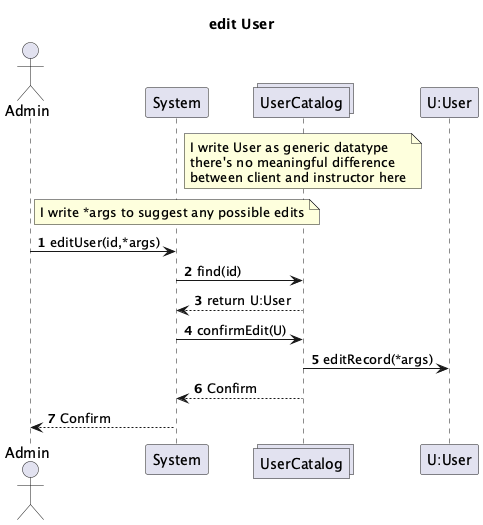
The PlantUML diagram UML-Diagrams/Interaction/Admin/Admin-Interaction-Diagrams_002.png in vibqetowi/soen-342-project, before a commit.
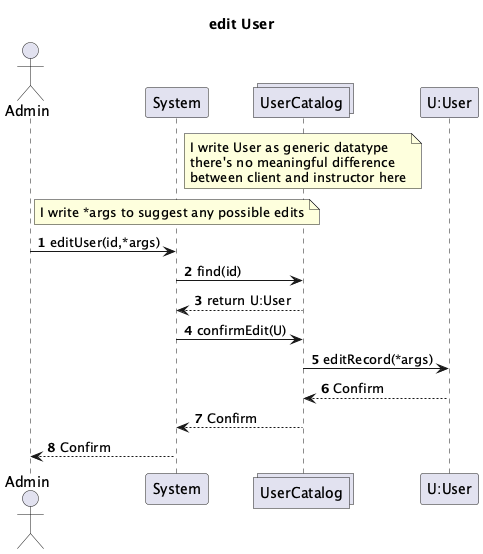
Above is the later version.

Change to the diagram source:
```diff
@@ -23,6 +23,7 @@
 UserCatalog --> System : return U:User
 System -> UserCatalog : confirmEdit(U)
 UserCatalog -> "U:User": editRecord(*args)
+"U:User" --> UserCatalog : Confirm
 UserCatalog --> System : Confirm
 System --> Admin : Confirm
 
```
